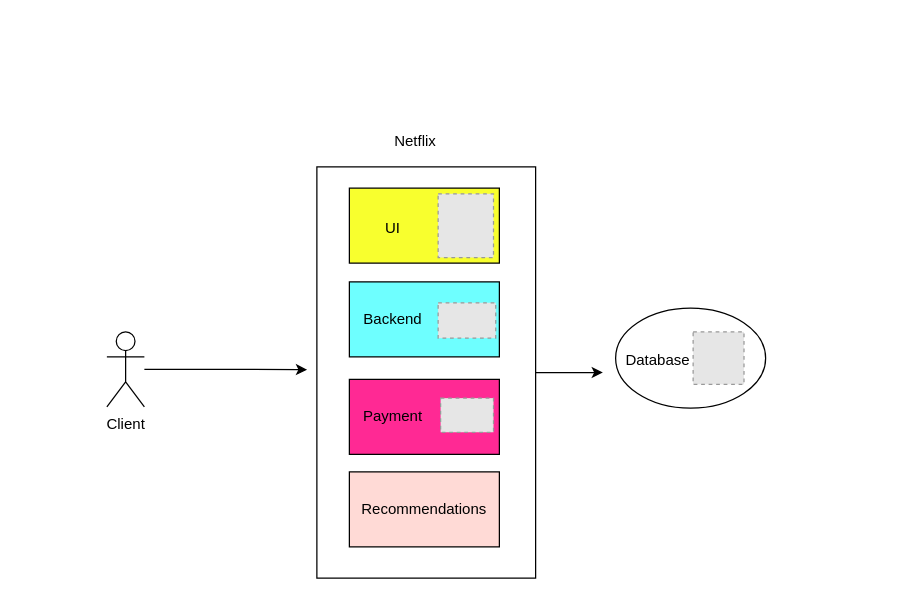
This is Monolithic.drawio from olliglorioso/datasets, a draw.io file, before an edit. Source tidied: cells renumbered, new cells numbered last; positions are measured from the earlier drawing's top-left corner, leaving out a move shared by most shapes. Both pictures are drawn from the tidied source at 125%, with x=0, y=0 at pixel (106, 122). Pictures stored in the file or linked from it are replaced by grey dashed boxes.
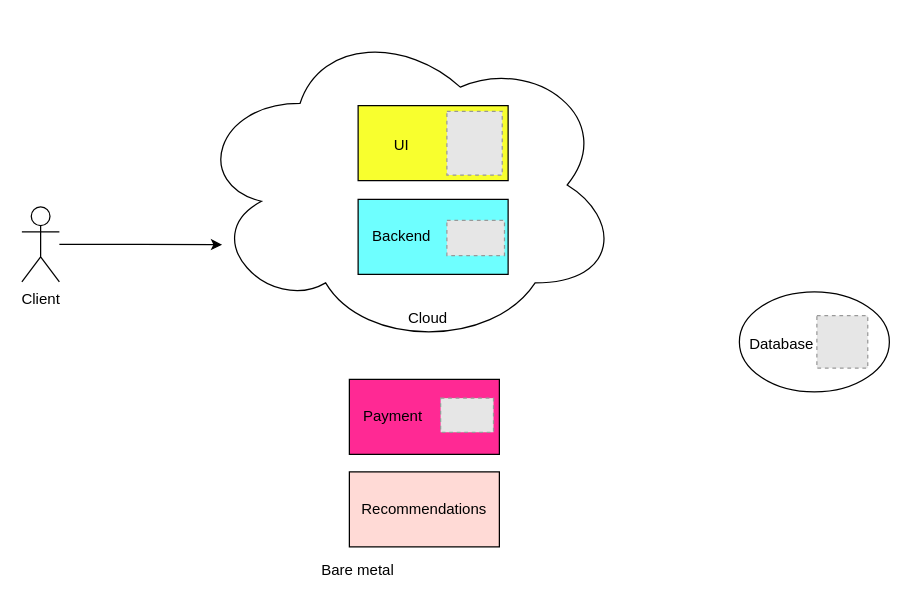
Above is the later version.

What changed in the source:
```diff
@@
-    <mxCell id="2" value="Netflix" style="text;strokeColor=none;align=center;fillColor=none;html=1;verticalAlign=middle;whiteSpace=wrap;rounded=0;" parent="1" vertex="1">
-      <mxGeometry x="217" width="60" height="30" as="geometry" />
-    </mxCell>
-    <mxCell id="3" style="edgeStyle=orthogonalEdgeStyle;rounded=0;jettySize=auto;html=1;" parent="1" edge="1" source="4">
-      <mxGeometry relative="1" as="geometry">
-        <mxPoint x="396.8" y="199.5" as="targetPoint" />
-      </mxGeometry>
-    </mxCell>
-    <mxCell id="4" style="rounded=0;whiteSpace=wrap;html=1;direction=south;" parent="1" vertex="1">
-      <mxGeometry x="168" y="35" width="175" height="329" as="geometry" />
-    </mxCell>
+    <mxCell id="21" style="ellipse;shape=cloud;whiteSpace=wrap;html=1;opaque=0;" parent="1" vertex="1">
+      <mxGeometry x="69" y="-81" width="342" height="261" as="geometry" />
+    </mxCell>
     <mxCell id="5" style="rounded=0;whiteSpace=wrap;html=1;fillColor=#F8FF2E;" parent="1" vertex="1">
-      <mxGeometry x="194" y="52" width="120" height="60" as="geometry" />
+      <mxGeometry x="201" y="-14" width="120" height="60" as="geometry" />
     </mxCell>
     <mxCell id="6" style="fillColor=#E6E6E6;strokeColor=#999999;dashed=1;verticalLabelPosition=bottom;labelBackgroundColor=default;verticalAlign=top;" parent="1" vertex="1">
-      <mxGeometry x="265" y="56.5" width="44.3" height="51" as="geometry" />
+      <mxGeometry x="272" y="-9.5" width="44.3" height="51" as="geometry" />
     </mxCell>
     <mxCell id="7" style="edgeStyle=orthogonalEdgeStyle;rounded=0;jettySize=auto;html=1;entryX=0.341;entryY=1.039;entryDx=0;entryDy=0;entryPerimeter=0;" parent="1" edge="1" source="8">
       <mxGeometry relative="1" as="geometry">
-        <mxPoint x="160.2" y="197.2" as="targetPoint" />
+        <mxPoint x="92.2" y="97.2" as="targetPoint" />
       </mxGeometry>
     </mxCell>
     <mxCell id="8" value="Client" style="shape=umlActor;verticalLabelPosition=bottom;verticalAlign=top;html=1;outlineConnect=0;" parent="1" vertex="1">
-      <mxGeometry y="167" width="30" height="60" as="geometry" />
+      <mxGeometry x="-68" y="67" width="30" height="60" as="geometry" />
     </mxCell>
     <mxCell id="9" value="UI" style="text;strokeColor=none;align=center;fillColor=none;html=1;verticalAlign=middle;whiteSpace=wrap;rounded=0;" parent="1" vertex="1">
-      <mxGeometry x="199" y="69" width="60" height="30" as="geometry" />
+      <mxGeometry x="206" y="3" width="60" height="30" as="geometry" />
     </mxCell>
     <mxCell id="10" style="rounded=0;whiteSpace=wrap;html=1;fillColor=#6EFFFF;" parent="1" vertex="1">
-      <mxGeometry x="194" y="127" width="120" height="60" as="geometry" />
+      <mxGeometry x="201" y="61" width="120" height="60" as="geometry" />
     </mxCell>
     <mxCell id="11" value="Backend" style="text;strokeColor=none;align=center;fillColor=none;html=1;verticalAlign=middle;whiteSpace=wrap;rounded=0;" parent="1" vertex="1">
-      <mxGeometry x="199" y="142" width="60" height="30" as="geometry" />
+      <mxGeometry x="206" y="76" width="60" height="30" as="geometry" />
     </mxCell>
@@
     <mxCell id="14" style="fillColor=#E6E6E6;strokeColor=#999999;dashed=1;verticalLabelPosition=bottom;labelBackgroundColor=default;verticalAlign=top;" parent="1" vertex="1">
-      <mxGeometry x="265" y="143.7" width="46.1" height="28.3" as="geometry" />
+      <mxGeometry x="272" y="77.7" width="46.1" height="28.3" as="geometry" />
     </mxCell>
@@
     <mxCell id="18" style="ellipse;whiteSpace=wrap;html=1;" parent="1" vertex="1">
-      <mxGeometry x="407" y="148" width="120" height="80" as="geometry" />
+      <mxGeometry x="506" y="135" width="120" height="80" as="geometry" />
     </mxCell>
     <mxCell id="19" style="fillColor=#E6E6E6;strokeColor=#999999;dashed=1;verticalLabelPosition=bottom;labelBackgroundColor=default;verticalAlign=top;" parent="1" vertex="1">
-      <mxGeometry x="469" y="167" width="40.7" height="42" as="geometry" />
+      <mxGeometry x="568" y="154" width="40.7" height="42" as="geometry" />
     </mxCell>
     <mxCell id="20" value="Database" style="text;strokeColor=none;align=center;fillColor=none;html=1;verticalAlign=middle;whiteSpace=wrap;rounded=0;" parent="1" vertex="1">
-      <mxGeometry x="411" y="175" width="60" height="30" as="geometry" />
+      <mxGeometry x="510" y="162" width="60" height="30" as="geometry" />
     </mxCell>
+    <mxCell id="22" value="Bare metal" style="text;strokeColor=none;align=center;fillColor=none;html=1;verticalAlign=middle;whiteSpace=wrap;rounded=0;" parent="1" vertex="1">
+      <mxGeometry x="156" y="343" width="90" height="30" as="geometry" />
+    </mxCell>
+    <mxCell id="23" value="Cloud" style="text;strokeColor=none;align=center;fillColor=none;html=1;verticalAlign=middle;whiteSpace=wrap;rounded=0;" parent="1" vertex="1">
+      <mxGeometry x="212" y="141" width="90" height="30" as="geometry" />
+    </mxCell>
```
